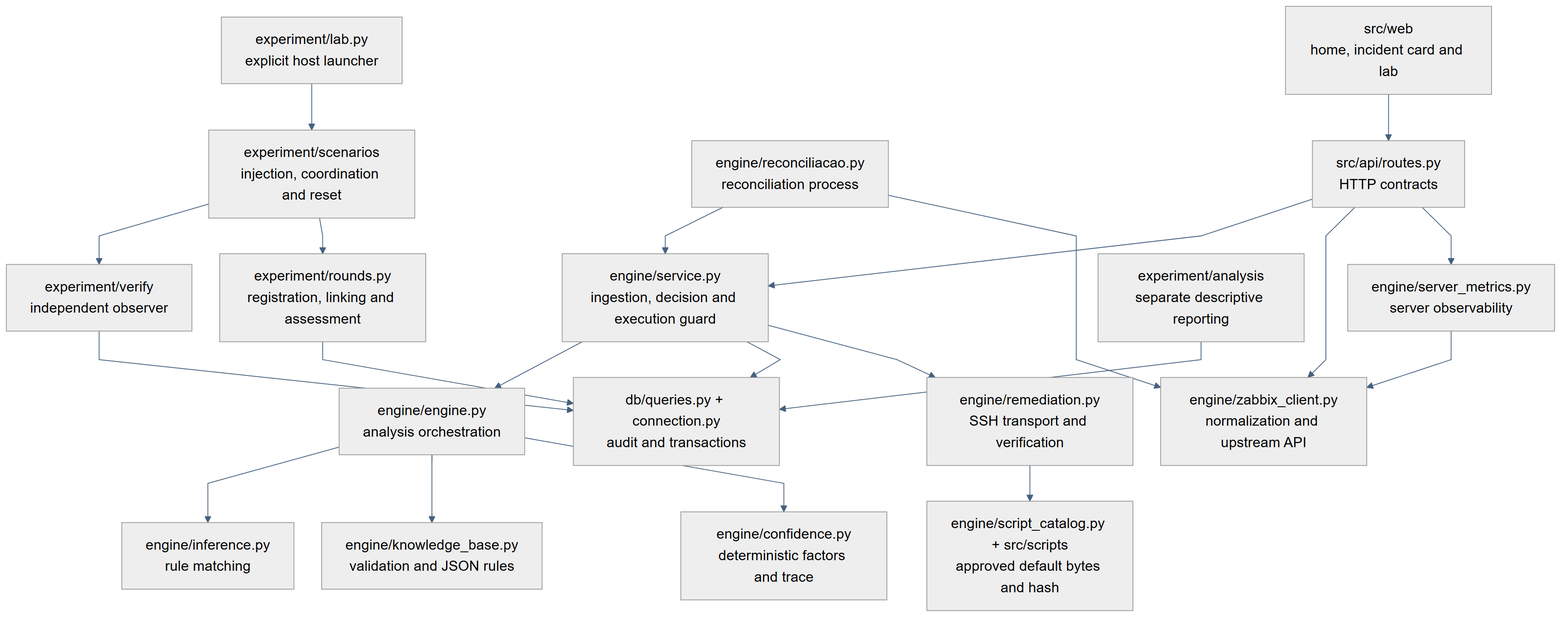
cfrans/polaris-dss keeps this Mermaid diagram as docs/diagrams/components.png. Above is the earlier version. Its source is kept beside it as docs/diagrams/components.mmd.
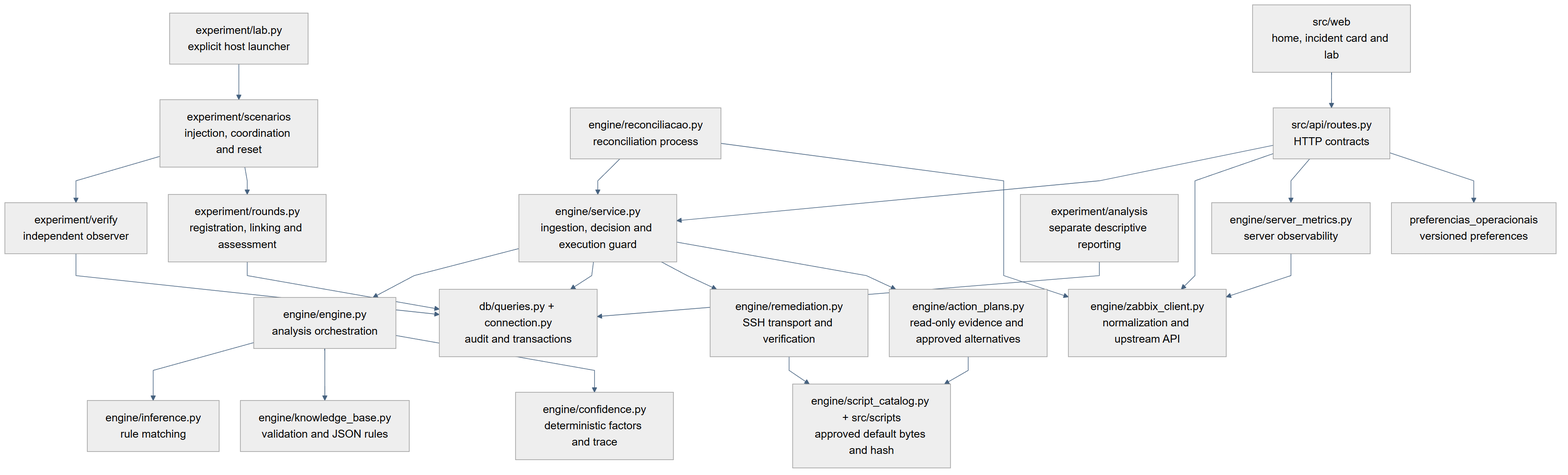
Later version of the same file.

The edit, as a diff of the source:
```diff
@@ -19,3 +19,7 @@
   ROUND --> DB
   OBS --> DB
   REPORT["experiment/analysis<br/>separate descriptive reporting"] --> DB
+
+  SERVICE --> PLAN["engine/action_plans.py<br/>read-only evidence and approved alternatives"]
+  PLAN --> CAT
+  API --> PREF["preferencias_operacionais<br/>versioned preferences"]
```
